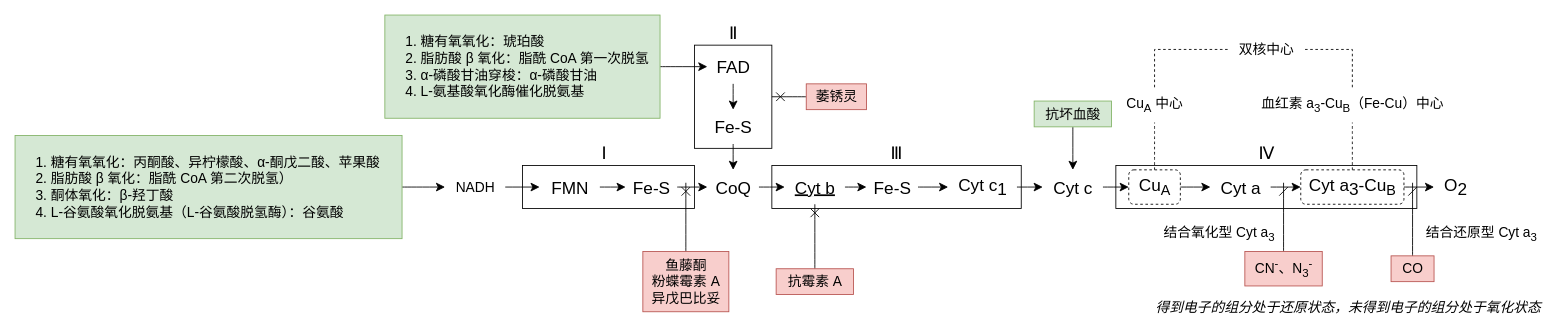
The draw.io diagram content/series/生物化学与分子生物学/生物氧化/氧化呼吸链.drawio in daisilia/daisilia.github.io, before the edit. Source tidied: cells renumbered, new cells numbered last; positions are measured from the earlier drawing's top-left corner, leaving out a move shared by most shapes. Both pictures are drawn from the tidied source at 86%, with x=0, y=0 at pixel (15, 15).
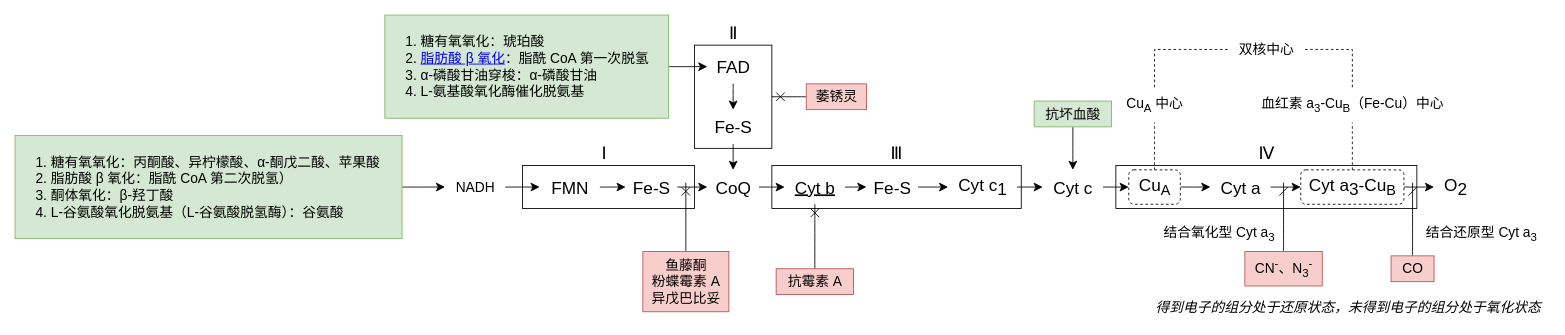
The same diagram, later.

What changed in the source:
```diff
@@
-    <mxCell id="7" value="&lt;ol&gt;&lt;li&gt;糖有氧氧化：琥珀酸&lt;/li&gt;&lt;li&gt;脂肪酸 β 氧化：脂酰 CoA 第一次脱氢&lt;/li&gt;&lt;li style=&quot;border-color: var(--border-color);&quot;&gt;α-磷酸甘油穿梭：α-磷酸甘油&lt;/li&gt;&lt;li style=&quot;border-color: var(--border-color);&quot;&gt;L-氨基酸氧化酶催化脱氨基&lt;br&gt;&lt;/li&gt;&lt;/ol&gt;" style="text;html=1;align=left;verticalAlign=middle;points=[];strokeColor=#82b366;fillColor=#d5e8d4;fontSize=16;fontFamily=Noto Sans SC;" parent="1" vertex="1">
-      <mxGeometry x="430" width="320" height="120" as="geometry" />
+    <mxCell id="7" value="&lt;ol&gt;&lt;li&gt;糖有氧氧化：琥珀酸&lt;/li&gt;&lt;li&gt;&lt;a href=&quot;relref=/series/生物化学与分子生物学/脂质代谢#β-氧化&quot;&gt;脂肪酸 β 氧化&lt;/a&gt;：脂酰 CoA 第一次脱氢&lt;/li&gt;&lt;li style=&quot;border-color: var(--border-color);&quot;&gt;α-磷酸甘油穿梭：α-磷酸甘油&lt;/li&gt;&lt;li style=&quot;border-color: var(--border-color);&quot;&gt;L-氨基酸氧化酶催化脱氨基&lt;br&gt;&lt;/li&gt;&lt;/ol&gt;" style="text;html=1;align=left;verticalAlign=middle;points=[];strokeColor=#82b366;fillColor=#d5e8d4;fontSize=16;fontFamily=Noto Sans SC;" parent="1" vertex="1">
+      <mxGeometry x="430" width="330" height="120" as="geometry" />
     </mxCell>
```
